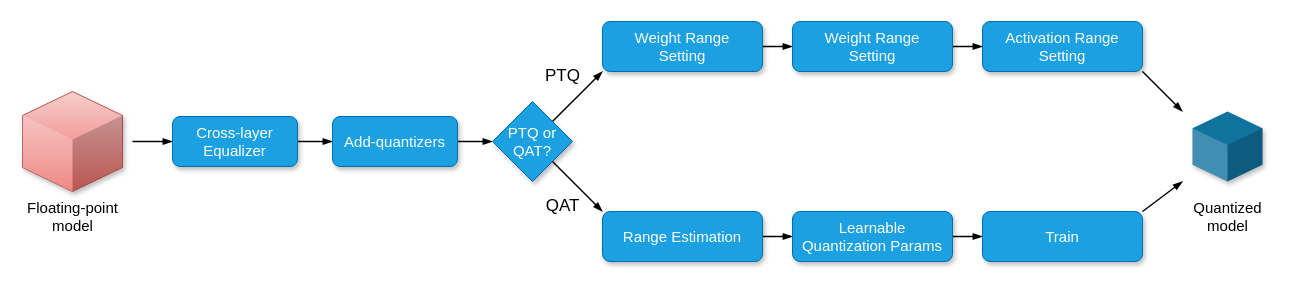
This is Untitled Diagram.drawio from hoangtv2000/document-collection, a draw.io file, before an edit. Source tidied: cells renumbered, new cells numbered last; positions are measured from the earlier drawing's top-left corner, leaving out a move shared by most shapes. Both pictures are drawn from the tidied source at 100%, with x=0, y=0 at pixel (17, 21).
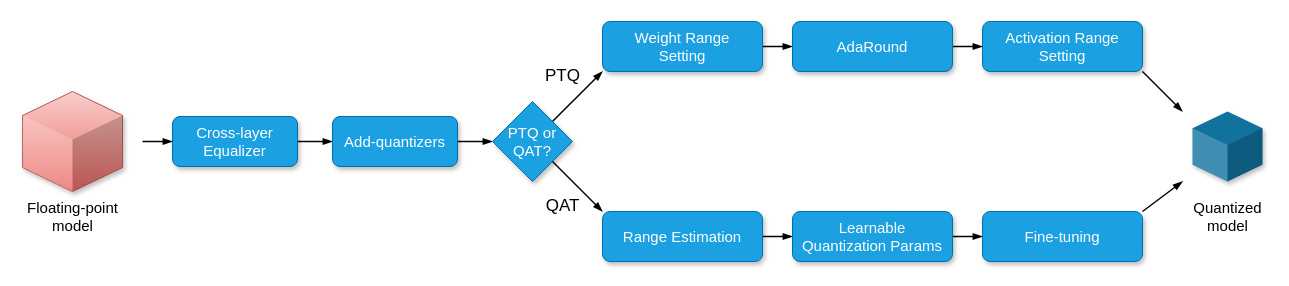
The same page after the edit.

Unchanged cells that the change refers to:
```xml
<mxCell id="5" value="&lt;font style=&quot;font-size: 15px;&quot;&gt;Cross-layer Equalizer&lt;/font&gt;" style="rounded=1;whiteSpace=wrap;html=1;fillColor=#1ba1e2;strokeColor=#006EAF;fontColor=#ffffff;shadow=1;" parent="1" vertex="1">
  <mxGeometry x="155" y="95" width="125" height="50" as="geometry" />
</mxCell>
```

What changed in the source:
```diff
@@
     <mxCell id="8" style="edgeStyle=orthogonalEdgeStyle;rounded=0;jettySize=auto;html=1;entryX=0;entryY=0.5;entryDx=0;entryDy=0;endArrow=blockThin;endFill=1;strokeWidth=1.5;" parent="1" edge="1" target="5">
       <mxGeometry relative="1" as="geometry">
-        <mxPoint x="115" y="120" as="sourcePoint" />
+        <mxPoint x="125" y="120" as="sourcePoint" />
         <Array as="points">
-          <mxPoint x="115" y="120" />
+          <mxPoint x="155" y="120" />
+          <mxPoint x="155" y="120" />
         </Array>
       </mxGeometry>
     </mxCell>
@@
-    <mxCell id="21" value="&lt;span style=&quot;font-size: 15px;&quot;&gt;Weight Range&lt;br&gt;Setting&lt;/span&gt;" style="rounded=1;whiteSpace=wrap;html=1;fillColor=#1ba1e2;strokeColor=#006EAF;fontColor=#ffffff;shadow=1;" parent="1" vertex="1">
+    <mxCell id="21" value="&lt;span style=&quot;font-size: 15px;&quot;&gt;AdaRound&lt;/span&gt;" style="rounded=1;whiteSpace=wrap;html=1;fillColor=#1ba1e2;strokeColor=#006EAF;fontColor=#ffffff;shadow=1;" parent="1" vertex="1">
       <mxGeometry x="775" width="160" height="50" as="geometry" />
     </mxCell>
@@
-    <mxCell id="25" value="&lt;span style=&quot;font-size: 15px;&quot;&gt;Train&lt;/span&gt;" style="rounded=1;whiteSpace=wrap;html=1;fillColor=#1ba1e2;strokeColor=#006EAF;fontColor=#ffffff;shadow=1;" parent="1" vertex="1">
+    <mxCell id="25" value="&lt;span style=&quot;font-size: 15px;&quot;&gt;Fine-tuning&lt;/span&gt;" style="rounded=1;whiteSpace=wrap;html=1;fillColor=#1ba1e2;strokeColor=#006EAF;fontColor=#ffffff;shadow=1;" parent="1" vertex="1">
       <mxGeometry x="965" y="190" width="160" height="50" as="geometry" />
     </mxCell>
```
